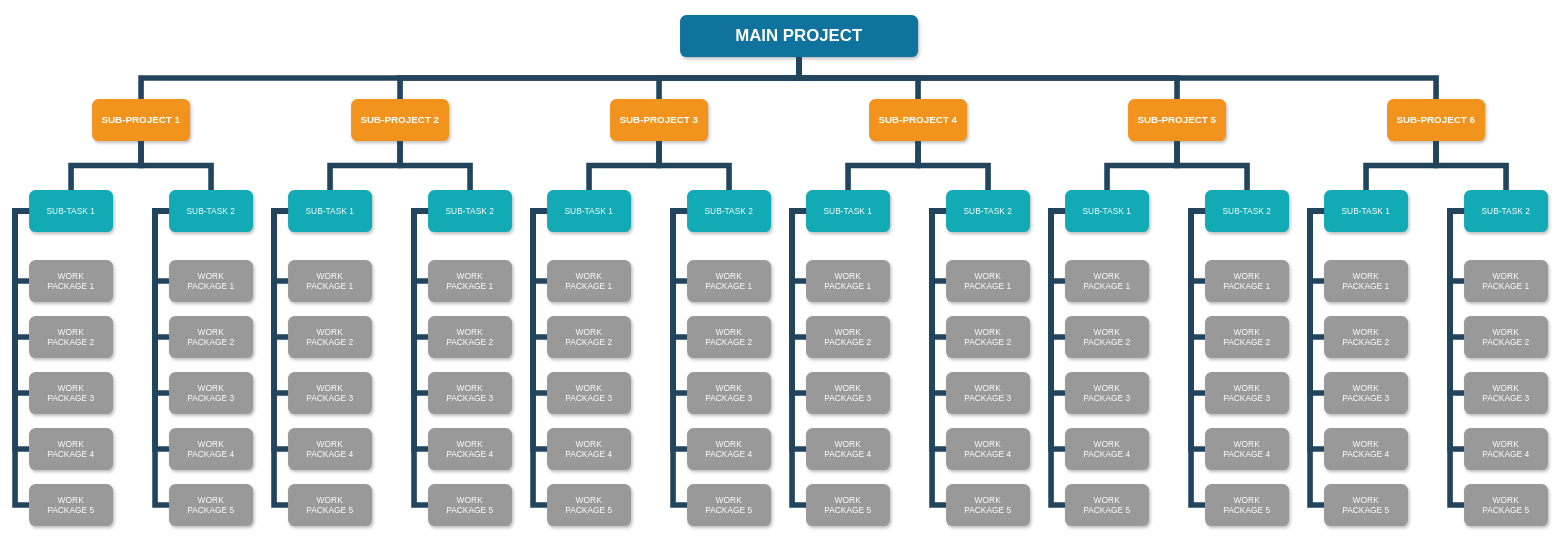
Earlier version of the draw.io diagram 未命名绘图.drawio (ctrlc/draw.io). Source tidied: cells renumbered, new cells numbered last; positions are measured from the earlier drawing's top-left corner, leaving out a move shared by most shapes. Both pictures are drawn from the tidied source at 70%, with x=0, y=0 at pixel (15, 15).
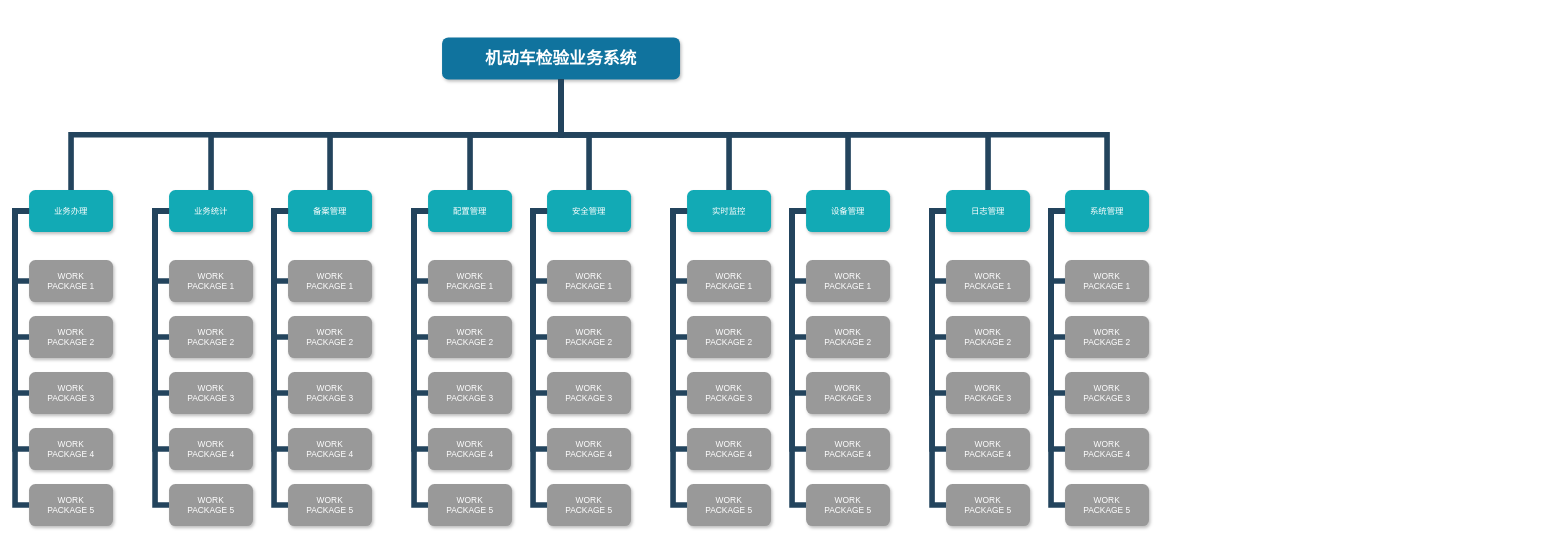
After the change.

Commit message (it also covers changes not shown here):
更新未命名绘图.drawio

Diff of the diagram source:
```diff
@@
-    <mxCell id="2" value="MAIN PROJECT" style="whiteSpace=wrap;rounded=1;shadow=1;fillColor=#10739E;strokeColor=none;fontColor=#FFFFFF;fontStyle=1;fontSize=24;" parent="1" vertex="1">
-      <mxGeometry x="950" width="340" height="60" as="geometry" />
+    <mxCell id="2" value="机动车检验业务系统" style="whiteSpace=wrap;rounded=1;shadow=1;fillColor=#10739E;strokeColor=none;fontColor=#FFFFFF;fontStyle=1;fontSize=24;" parent="1" vertex="1">
+      <mxGeometry x="610" y="32" width="340" height="60" as="geometry" />
     </mxCell>
-    <mxCell id="3" value="SUB-PROJECT 1" style="whiteSpace=wrap;rounded=1;fillColor=#F2931E;strokeColor=none;shadow=1;fontColor=#FFFFFF;fontStyle=1;fontSize=14;" parent="1" vertex="1">
-      <mxGeometry x="110" y="120" width="140" height="60" as="geometry" />
-    </mxCell>
-    <mxCell id="4" value="SUB-PROJECT 2" style="whiteSpace=wrap;rounded=1;fillColor=#F2931E;strokeColor=none;shadow=1;fontColor=#FFFFFF;fontStyle=1;fontSize=14;" parent="1" vertex="1">
-      <mxGeometry x="480" y="120" width="140" height="60" as="geometry" />
-    </mxCell>
-    <mxCell id="5" value="SUB-PROJECT 6" style="whiteSpace=wrap;rounded=1;fillColor=#F2931E;strokeColor=none;shadow=1;fontColor=#FFFFFF;fontStyle=1;fontSize=14;" parent="1" vertex="1">
-      <mxGeometry x="1960" y="120" width="140" height="60" as="geometry" />
-    </mxCell>
-    <mxCell id="6" value="SUB-PROJECT 3" style="whiteSpace=wrap;rounded=1;fillColor=#F2931E;strokeColor=none;shadow=1;fontColor=#FFFFFF;fontStyle=1;fontSize=14;" parent="1" vertex="1">
-      <mxGeometry x="850" y="120" width="140" height="60" as="geometry" />
-    </mxCell>
-    <mxCell id="7" value="SUB-PROJECT 4" style="whiteSpace=wrap;rounded=1;fillColor=#F2931E;strokeColor=none;shadow=1;fontColor=#FFFFFF;fontStyle=1;fontSize=14;" parent="1" vertex="1">
-      <mxGeometry x="1220" y="120" width="140" height="60" as="geometry" />
-    </mxCell>
-    <mxCell id="8" value="SUB-PROJECT 5" style="whiteSpace=wrap;rounded=1;fillColor=#F2931E;strokeColor=none;shadow=1;fontColor=#FFFFFF;fontStyle=1;fontSize=14;" parent="1" vertex="1">
-      <mxGeometry x="1590" y="120" width="140" height="60" as="geometry" />
-    </mxCell>
-    <mxCell id="9" value="SUB-TASK 1" style="whiteSpace=wrap;rounded=1;fillColor=#12AAB5;strokeColor=none;shadow=1;fontColor=#FFFFFF;" parent="1" vertex="1">
+    <mxCell id="9" value="业务办理" style="whiteSpace=wrap;rounded=1;fillColor=#12AAB5;strokeColor=none;shadow=1;fontColor=#FFFFFF;" parent="1" vertex="1">
       <mxGeometry x="20" y="250" width="120" height="60" as="geometry" />
     </mxCell>
-    <mxCell id="10" value="SUB-TASK 2" style="whiteSpace=wrap;rounded=1;fillColor=#12AAB5;strokeColor=none;shadow=1;fontColor=#FFFFFF;" parent="1" vertex="1">
+    <mxCell id="10" value="业务统计" style="whiteSpace=wrap;rounded=1;fillColor=#12AAB5;strokeColor=none;shadow=1;fontColor=#FFFFFF;" parent="1" vertex="1">
       <mxGeometry x="220" y="250" width="120" height="60" as="geometry" />
     </mxCell>
@@
-    <mxCell id="21" value="SUB-TASK 1" style="whiteSpace=wrap;rounded=1;fillColor=#12AAB5;strokeColor=none;shadow=1;fontColor=#FFFFFF;" parent="1" vertex="1">
+    <mxCell id="21" value="备案管理" style="whiteSpace=wrap;rounded=1;fillColor=#12AAB5;strokeColor=none;shadow=1;fontColor=#FFFFFF;" parent="1" vertex="1">
       <mxGeometry x="390" y="250" width="120" height="60" as="geometry" />
     </mxCell>
-    <mxCell id="22" value="SUB-TASK 2" style="whiteSpace=wrap;rounded=1;fillColor=#12AAB5;strokeColor=none;shadow=1;fontColor=#FFFFFF;" parent="1" vertex="1">
+    <mxCell id="22" value="配置管理" style="whiteSpace=wrap;rounded=1;fillColor=#12AAB5;strokeColor=none;shadow=1;fontColor=#FFFFFF;" parent="1" vertex="1">
       <mxGeometry x="590" y="250" width="120" height="60" as="geometry" />
     </mxCell>
@@
-    <mxCell id="33" style="edgeStyle=elbowEdgeStyle;elbow=vertical;rounded=0;fontColor=#000000;endArrow=none;endFill=0;strokeWidth=8;strokeColor=#23445D;" parent="1" edge="1" source="3" target="9">
-      <mxGeometry relative="1" as="geometry" />
-    </mxCell>
-    <mxCell id="34" style="edgeStyle=elbowEdgeStyle;elbow=vertical;rounded=0;fontColor=#000000;endArrow=none;endFill=0;strokeWidth=8;strokeColor=#23445D;" parent="1" edge="1" source="3" target="10">
-      <mxGeometry relative="1" as="geometry" />
-    </mxCell>
@@
-    <mxCell id="45" style="edgeStyle=elbowEdgeStyle;elbow=vertical;rounded=0;fontColor=#000000;endArrow=none;endFill=0;strokeWidth=8;strokeColor=#23445D;" parent="1" edge="1" source="4" target="21">
-      <mxGeometry relative="1" as="geometry" />
-    </mxCell>
-    <mxCell id="46" style="edgeStyle=elbowEdgeStyle;elbow=vertical;rounded=0;fontColor=#000000;endArrow=none;endFill=0;strokeWidth=8;strokeColor=#23445D;" parent="1" edge="1" source="4" target="22">
-      <mxGeometry relative="1" as="geometry" />
-    </mxCell>
@@
-    <mxCell id="57" value="SUB-TASK 1" style="whiteSpace=wrap;rounded=1;fillColor=#12AAB5;strokeColor=none;shadow=1;fontColor=#FFFFFF;" parent="1" vertex="1">
+    <mxCell id="57" value="安全管理" style="whiteSpace=wrap;rounded=1;fillColor=#12AAB5;strokeColor=none;shadow=1;fontColor=#FFFFFF;" parent="1" vertex="1">
       <mxGeometry x="760" y="250" width="120" height="60" as="geometry" />
     </mxCell>
-    <mxCell id="58" value="SUB-TASK 2" style="whiteSpace=wrap;rounded=1;fillColor=#12AAB5;strokeColor=none;shadow=1;fontColor=#FFFFFF;" parent="1" vertex="1">
+    <mxCell id="58" value="实时监控" style="whiteSpace=wrap;rounded=1;fillColor=#12AAB5;strokeColor=none;shadow=1;fontColor=#FFFFFF;" parent="1" vertex="1">
       <mxGeometry x="960" y="250" width="120" height="60" as="geometry" />
     </mxCell>
@@
-    <mxCell id="79" value="SUB-TASK 1" style="whiteSpace=wrap;rounded=1;fillColor=#12AAB5;strokeColor=none;shadow=1;fontColor=#FFFFFF;" parent="1" vertex="1">
+    <mxCell id="79" value="设备管理" style="whiteSpace=wrap;rounded=1;fillColor=#12AAB5;strokeColor=none;shadow=1;fontColor=#FFFFFF;" parent="1" vertex="1">
       <mxGeometry x="1130" y="250" width="120" height="60" as="geometry" />
     </mxCell>
-    <mxCell id="80" value="SUB-TASK 2" style="whiteSpace=wrap;rounded=1;fillColor=#12AAB5;strokeColor=none;shadow=1;fontColor=#FFFFFF;" parent="1" vertex="1">
+    <mxCell id="80" value="日志管理" style="whiteSpace=wrap;rounded=1;fillColor=#12AAB5;strokeColor=none;shadow=1;fontColor=#FFFFFF;" parent="1" vertex="1">
       <mxGeometry x="1330" y="250" width="120" height="60" as="geometry" />
     </mxCell>
@@
-    <mxCell id="101" value="SUB-TASK 1" style="whiteSpace=wrap;rounded=1;fillColor=#12AAB5;strokeColor=none;shadow=1;fontColor=#FFFFFF;" parent="1" vertex="1">
+    <mxCell id="101" value="系统管理" style="whiteSpace=wrap;rounded=1;fillColor=#12AAB5;strokeColor=none;shadow=1;fontColor=#FFFFFF;" parent="1" vertex="1">
       <mxGeometry x="1500" y="250" width="120" height="60" as="geometry" />
     </mxCell>
-    <mxCell id="102" value="SUB-TASK 2" style="whiteSpace=wrap;rounded=1;fillColor=#12AAB5;strokeColor=none;shadow=1;fontColor=#FFFFFF;" parent="1" vertex="1">
-      <mxGeometry x="1700" y="250" width="120" height="60" as="geometry" />
-    </mxCell>
@@
-    <mxCell id="108" value="WORK&#10;PACKAGE 1" style="whiteSpace=wrap;rounded=1;fillColor=#999999;strokeColor=none;shadow=1;fontColor=#FFFFFF;fontStyle=0;" parent="1" vertex="1">
-      <mxGeometry x="1700" y="350" width="120" height="60" as="geometry" />
-    </mxCell>
-    <mxCell id="109" value="WORK&#10;PACKAGE 2" style="whiteSpace=wrap;rounded=1;fillColor=#999999;strokeColor=none;shadow=1;fontColor=#FFFFFF;fontStyle=0;" parent="1" vertex="1">
-      <mxGeometry x="1700" y="430" width="120" height="60" as="geometry" />
-    </mxCell>
-    <mxCell id="110" value="WORK&#10;PACKAGE 3" style="whiteSpace=wrap;rounded=1;fillColor=#999999;strokeColor=none;shadow=1;fontColor=#FFFFFF;fontStyle=0;" parent="1" vertex="1">
-      <mxGeometry x="1700" y="510" width="120" height="60" as="geometry" />
-    </mxCell>
-    <mxCell id="111" value="WORK&#10;PACKAGE 4" style="whiteSpace=wrap;rounded=1;fillColor=#999999;strokeColor=none;shadow=1;fontColor=#FFFFFF;fontStyle=0;" parent="1" vertex="1">
-      <mxGeometry x="1700" y="590" width="120" height="60" as="geometry" />
-    </mxCell>
-    <mxCell id="112" value="WORK&#10;PACKAGE 5" style="whiteSpace=wrap;rounded=1;fillColor=#999999;strokeColor=none;shadow=1;fontColor=#FFFFFF;fontStyle=0;" parent="1" vertex="1">
-      <mxGeometry x="1700" y="670" width="120" height="60" as="geometry" />
-    </mxCell>
@@
-    <mxCell id="118" style="edgeStyle=elbowEdgeStyle;elbow=horizontal;rounded=0;fontColor=#000000;endArrow=none;endFill=0;strokeWidth=8;strokeColor=#23445D;" parent="1" edge="1" source="102" target="108">
-      <mxGeometry relative="1" as="geometry">
-        <Array as="points">
-          <mxPoint x="1680" y="330" />
-        </Array>
-      </mxGeometry>
-    </mxCell>
-    <mxCell id="119" style="edgeStyle=elbowEdgeStyle;elbow=horizontal;rounded=0;fontColor=#000000;endArrow=none;endFill=0;strokeWidth=8;strokeColor=#23445D;" parent="1" edge="1" source="102" target="109">
-      <mxGeometry relative="1" as="geometry">
-        <Array as="points">
-          <mxPoint x="1680" y="370" />
-        </Array>
-      </mxGeometry>
-    </mxCell>
-    <mxCell id="120" style="edgeStyle=elbowEdgeStyle;elbow=horizontal;rounded=0;fontColor=#000000;endArrow=none;endFill=0;strokeWidth=8;strokeColor=#23445D;" parent="1" edge="1" source="102" target="112">
-      <mxGeometry relative="1" as="geometry">
-        <Array as="points">
-          <mxPoint x="1680" y="490" />
-        </Array>
-      </mxGeometry>
-    </mxCell>
-    <mxCell id="121" style="edgeStyle=elbowEdgeStyle;elbow=horizontal;rounded=0;fontColor=#000000;endArrow=none;endFill=0;strokeWidth=8;strokeColor=#23445D;" parent="1" edge="1" source="102" target="111">
-      <mxGeometry relative="1" as="geometry">
-        <Array as="points">
-          <mxPoint x="1680" y="450" />
-        </Array>
-      </mxGeometry>
-    </mxCell>
-    <mxCell id="122" style="edgeStyle=elbowEdgeStyle;elbow=horizontal;rounded=0;fontColor=#000000;endArrow=none;endFill=0;strokeWidth=8;strokeColor=#23445D;" parent="1" edge="1" source="102" target="110">
-      <mxGeometry relative="1" as="geometry">
-        <Array as="points">
-          <mxPoint x="1680" y="420" />
-        </Array>
-      </mxGeometry>
-    </mxCell>
-    <mxCell id="123" value="SUB-TASK 1" style="whiteSpace=wrap;rounded=1;fillColor=#12AAB5;strokeColor=none;shadow=1;fontColor=#FFFFFF;" parent="1" vertex="1">
-      <mxGeometry x="1870" y="250" width="120" height="60" as="geometry" />
-    </mxCell>
-    <mxCell id="124" value="SUB-TASK 2" style="whiteSpace=wrap;rounded=1;fillColor=#12AAB5;strokeColor=none;shadow=1;fontColor=#FFFFFF;" parent="1" vertex="1">
-      <mxGeometry x="2070" y="250" width="120" height="60" as="geometry" />
-    </mxCell>
-    <mxCell id="125" value="WORK&#10;PACKAGE 1" style="whiteSpace=wrap;rounded=1;fillColor=#999999;strokeColor=none;shadow=1;fontColor=#FFFFFF;fontStyle=0;" parent="1" vertex="1">
-      <mxGeometry x="1870" y="350" width="120" height="60" as="geometry" />
-    </mxCell>
-    <mxCell id="126" value="WORK&#10;PACKAGE 2" style="whiteSpace=wrap;rounded=1;fillColor=#999999;strokeColor=none;shadow=1;fontColor=#FFFFFF;fontStyle=0;" parent="1" vertex="1">
-      <mxGeometry x="1870" y="430" width="120" height="60" as="geometry" />
-    </mxCell>
-    <mxCell id="127" value="WORK&#10;PACKAGE 3" style="whiteSpace=wrap;rounded=1;fillColor=#999999;strokeColor=none;shadow=1;fontColor=#FFFFFF;fontStyle=0;" parent="1" vertex="1">
-      <mxGeometry x="1870" y="510" width="120" height="60" as="geometry" />
-    </mxCell>
-    <mxCell id="128" value="WORK&#10;PACKAGE 4" style="whiteSpace=wrap;rounded=1;fillColor=#999999;strokeColor=none;shadow=1;fontColor=#FFFFFF;fontStyle=0;" parent="1" vertex="1">
-      <mxGeometry x="1870" y="590" width="120" height="60" as="geometry" />
-    </mxCell>
-    <mxCell id="129" value="WORK&#10;PACKAGE 5" style="whiteSpace=wrap;rounded=1;fillColor=#999999;strokeColor=none;shadow=1;fontColor=#FFFFFF;fontStyle=0;" parent="1" vertex="1">
-      <mxGeometry x="1870" y="670" width="120" height="60" as="geometry" />
-    </mxCell>
-    <mxCell id="130" value="WORK&#10;PACKAGE 1" style="whiteSpace=wrap;rounded=1;fillColor=#999999;strokeColor=none;shadow=1;fontColor=#FFFFFF;fontStyle=0;" parent="1" vertex="1">
-      <mxGeometry x="2070" y="350" width="120" height="60" as="geometry" />
-    </mxCell>
-    <mxCell id="131" value="WORK&#10;PACKAGE 2" style="whiteSpace=wrap;rounded=1;fillColor=#999999;strokeColor=none;shadow=1;fontColor=#FFFFFF;fontStyle=0;" parent="1" vertex="1">
-      <mxGeometry x="2070" y="430" width="120" height="60" as="geometry" />
-    </mxCell>
-    <mxCell id="132" value="WORK&#10;PACKAGE 3" style="whiteSpace=wrap;rounded=1;fillColor=#999999;strokeColor=none;shadow=1;fontColor=#FFFFFF;fontStyle=0;" parent="1" vertex="1">
-      <mxGeometry x="2070" y="510" width="120" height="60" as="geometry" />
-    </mxCell>
-    <mxCell id="133" value="WORK&#10;PACKAGE 4" style="whiteSpace=wrap;rounded=1;fillColor=#999999;strokeColor=none;shadow=1;fontColor=#FFFFFF;fontStyle=0;" parent="1" vertex="1">
-      <mxGeometry x="2070" y="590" width="120" height="60" as="geometry" />
-    </mxCell>
-    <mxCell id="134" value="WORK&#10;PACKAGE 5" style="whiteSpace=wrap;rounded=1;fillColor=#999999;strokeColor=none;shadow=1;fontColor=#FFFFFF;fontStyle=0;" parent="1" vertex="1">
-      <mxGeometry x="2070" y="670" width="120" height="60" as="geometry" />
-    </mxCell>
-    <mxCell id="135" style="edgeStyle=elbowEdgeStyle;elbow=horizontal;rounded=0;fontColor=#000000;endArrow=none;endFill=0;strokeWidth=8;strokeColor=#23445D;" parent="1" edge="1" source="123" target="125">
-      <mxGeometry relative="1" as="geometry">
-        <Array as="points">
-          <mxPoint x="1850" y="330" />
-        </Array>
-      </mxGeometry>
-    </mxCell>
-    <mxCell id="136" style="edgeStyle=elbowEdgeStyle;elbow=horizontal;rounded=0;fontColor=#000000;endArrow=none;endFill=0;strokeWidth=8;strokeColor=#23445D;" parent="1" edge="1" source="123" target="126">
-      <mxGeometry relative="1" as="geometry">
-        <Array as="points">
-          <mxPoint x="1850" y="370" />
-        </Array>
-      </mxGeometry>
-    </mxCell>
-    <mxCell id="137" style="edgeStyle=elbowEdgeStyle;elbow=horizontal;rounded=0;fontColor=#000000;endArrow=none;endFill=0;strokeWidth=8;strokeColor=#23445D;" parent="1" edge="1" source="123" target="129">
-      <mxGeometry relative="1" as="geometry">
-        <Array as="points">
-          <mxPoint x="1850" y="500" />
-        </Array>
-      </mxGeometry>
-    </mxCell>
-    <mxCell id="138" style="edgeStyle=elbowEdgeStyle;elbow=horizontal;rounded=0;fontColor=#000000;endArrow=none;endFill=0;strokeWidth=8;strokeColor=#23445D;" parent="1" edge="1" source="123" target="128">
-      <mxGeometry relative="1" as="geometry">
-        <Array as="points">
-          <mxPoint x="1850" y="450" />
-        </Array>
-      </mxGeometry>
-    </mxCell>
-    <mxCell id="139" style="edgeStyle=elbowEdgeStyle;elbow=horizontal;rounded=0;fontColor=#000000;endArrow=none;endFill=0;strokeWidth=8;strokeColor=#23445D;" parent="1" edge="1" source="123" target="127">
-      <mxGeometry relative="1" as="geometry">
-        <Array as="points">
-          <mxPoint x="1850" y="420" />
-        </Array>
-      </mxGeometry>
-    </mxCell>
-    <mxCell id="140" style="edgeStyle=elbowEdgeStyle;elbow=horizontal;rounded=0;fontColor=#000000;endArrow=none;endFill=0;strokeWidth=8;strokeColor=#23445D;" parent="1" edge="1" source="124" target="130">
-      <mxGeometry relative="1" as="geometry">
-        <Array as="points">
-          <mxPoint x="2050" y="330" />
-        </Array>
-      </mxGeometry>
-    </mxCell>
-    <mxCell id="141" style="edgeStyle=elbowEdgeStyle;elbow=horizontal;rounded=0;fontColor=#000000;endArrow=none;endFill=0;strokeWidth=8;strokeColor=#23445D;" parent="1" edge="1" source="124" target="131">
-      <mxGeometry relative="1" as="geometry">
-        <Array as="points">
-          <mxPoint x="2050" y="370" />
-        </Array>
-      </mxGeometry>
-    </mxCell>
-    <mxCell id="142" style="edgeStyle=elbowEdgeStyle;elbow=horizontal;rounded=0;fontColor=#000000;endArrow=none;endFill=0;strokeWidth=8;strokeColor=#23445D;" parent="1" edge="1" source="124" target="134">
-      <mxGeometry relative="1" as="geometry">
-        <Array as="points">
-          <mxPoint x="2050" y="490" />
-        </Array>
-      </mxGeometry>
-    </mxCell>
-    <mxCell id="143" style="edgeStyle=elbowEdgeStyle;elbow=horizontal;rounded=0;fontColor=#000000;endArrow=none;endFill=0;strokeWidth=8;strokeColor=#23445D;" parent="1" edge="1" source="124" target="133">
-      <mxGeometry relative="1" as="geometry">
-        <Array as="points">
-          <mxPoint x="2050" y="450" />
-        </Array>
-      </mxGeometry>
-    </mxCell>
-    <mxCell id="144" style="edgeStyle=elbowEdgeStyle;elbow=horizontal;rounded=0;fontColor=#000000;endArrow=none;endFill=0;strokeWidth=8;strokeColor=#23445D;" parent="1" edge="1" source="124" target="132">
-      <mxGeometry relative="1" as="geometry">
-        <Array as="points">
-          <mxPoint x="2050" y="420" />
-        </Array>
-      </mxGeometry>
-    </mxCell>
-    <mxCell id="145" style="edgeStyle=elbowEdgeStyle;elbow=vertical;rounded=0;fontColor=#000000;endArrow=none;endFill=0;strokeWidth=8;strokeColor=#23445D;" parent="1" edge="1" source="6" target="57">
-      <mxGeometry relative="1" as="geometry" />
-    </mxCell>
-    <mxCell id="146" style="edgeStyle=elbowEdgeStyle;elbow=vertical;rounded=0;fontColor=#000000;endArrow=none;endFill=0;strokeWidth=8;strokeColor=#23445D;" parent="1" edge="1" source="6" target="58">
-      <mxGeometry relative="1" as="geometry" />
-    </mxCell>
-    <mxCell id="147" style="edgeStyle=elbowEdgeStyle;elbow=vertical;rounded=0;fontColor=#000000;endArrow=none;endFill=0;strokeWidth=8;strokeColor=#23445D;" parent="1" edge="1" source="7" target="79">
-      <mxGeometry relative="1" as="geometry" />
-    </mxCell>
-    <mxCell id="148" style="edgeStyle=elbowEdgeStyle;elbow=vertical;rounded=0;fontColor=#000000;endArrow=none;endFill=0;strokeWidth=8;strokeColor=#23445D;" parent="1" edge="1" source="7" target="80">
-      <mxGeometry relative="1" as="geometry" />
-    </mxCell>
-    <mxCell id="149" style="edgeStyle=elbowEdgeStyle;elbow=vertical;rounded=0;fontColor=#000000;endArrow=none;endFill=0;strokeWidth=8;strokeColor=#23445D;" parent="1" edge="1" source="8" target="101">
-      <mxGeometry relative="1" as="geometry" />
-    </mxCell>
-    <mxCell id="150" style="edgeStyle=elbowEdgeStyle;elbow=vertical;rounded=0;fontColor=#000000;endArrow=none;endFill=0;strokeWidth=8;strokeColor=#23445D;" parent="1" edge="1" source="8" target="102">
-      <mxGeometry relative="1" as="geometry" />
-    </mxCell>
-    <mxCell id="151" style="edgeStyle=elbowEdgeStyle;elbow=vertical;rounded=0;fontColor=#000000;endArrow=none;endFill=0;strokeWidth=8;strokeColor=#23445D;" parent="1" edge="1" source="5" target="123">
-      <mxGeometry relative="1" as="geometry" />
-    </mxCell>
-    <mxCell id="152" style="edgeStyle=elbowEdgeStyle;elbow=vertical;rounded=0;fontColor=#000000;endArrow=none;endFill=0;strokeWidth=8;strokeColor=#23445D;" parent="1" edge="1" source="5" target="124">
-      <mxGeometry relative="1" as="geometry" />
-    </mxCell>
-    <mxCell id="153" style="edgeStyle=elbowEdgeStyle;elbow=vertical;rounded=0;fontColor=#000000;endArrow=none;endFill=0;strokeWidth=8;strokeColor=#23445D;" parent="1" edge="1" source="2" target="3">
+    <mxCell id="153" style="edgeStyle=elbowEdgeStyle;elbow=vertical;rounded=0;fontColor=#000000;endArrow=none;endFill=0;strokeWidth=8;strokeColor=#23445D;entryX=0.5;entryY=0;entryDx=0;entryDy=0;" parent="1" edge="1" source="2" target="9">
       <mxGeometry relative="1" as="geometry" />
     </mxCell>
-    <mxCell id="154" style="edgeStyle=elbowEdgeStyle;elbow=vertical;rounded=0;fontColor=#000000;endArrow=none;endFill=0;strokeWidth=8;strokeColor=#23445D;" parent="1" edge="1" source="2" target="4">
-      <mxGeometry relative="1" as="geometry" />
-    </mxCell>
-    <mxCell id="155" style="edgeStyle=elbowEdgeStyle;elbow=vertical;rounded=0;fontColor=#000000;endArrow=none;endFill=0;strokeWidth=8;strokeColor=#23445D;" parent="1" edge="1" source="2" target="6">
-      <mxGeometry relative="1" as="geometry" />
-    </mxCell>
-    <mxCell id="156" style="edgeStyle=elbowEdgeStyle;elbow=vertical;rounded=0;fontColor=#000000;endArrow=none;endFill=0;strokeWidth=8;strokeColor=#23445D;" parent="1" edge="1" source="2" target="7">
-      <mxGeometry relative="1" as="geometry" />
-    </mxCell>
-    <mxCell id="157" style="edgeStyle=elbowEdgeStyle;elbow=vertical;rounded=0;fontColor=#000000;endArrow=none;endFill=0;strokeWidth=8;strokeColor=#23445D;" parent="1" edge="1" source="2" target="8">
-      <mxGeometry relative="1" as="geometry" />
-    </mxCell>
-    <mxCell id="158" style="edgeStyle=elbowEdgeStyle;elbow=vertical;rounded=0;fontColor=#000000;endArrow=none;endFill=0;strokeWidth=8;strokeColor=#23445D;" parent="1" edge="1" source="2" target="5">
+    <mxCell id="158" style="edgeStyle=elbowEdgeStyle;elbow=vertical;rounded=0;fontColor=#000000;endArrow=none;endFill=0;strokeWidth=8;strokeColor=#23445D;entryX=0.5;entryY=0;entryDx=0;entryDy=0;" parent="1" edge="1" source="2" target="101">
       <mxGeometry relative="1" as="geometry" />
     </mxCell>
+    <mxCell id="159" style="edgeStyle=elbowEdgeStyle;elbow=vertical;rounded=0;fontColor=#000000;endArrow=none;endFill=0;strokeWidth=8;strokeColor=#23445D;entryX=0.5;entryY=0;entryDx=0;entryDy=0;" parent="1" edge="1" source="2" target="80">
+      <mxGeometry relative="1" as="geometry" />
+    </mxCell>
+    <mxCell id="160" style="edgeStyle=elbowEdgeStyle;elbow=vertical;rounded=0;fontColor=#000000;endArrow=none;endFill=0;strokeWidth=8;strokeColor=#23445D;entryX=0.5;entryY=0;entryDx=0;entryDy=0;" parent="1" edge="1" source="2" target="79">
+      <mxGeometry relative="1" as="geometry" />
+    </mxCell>
+    <mxCell id="161" style="edgeStyle=elbowEdgeStyle;elbow=vertical;rounded=0;fontColor=#000000;endArrow=none;endFill=0;strokeWidth=8;strokeColor=#23445D;entryX=0.5;entryY=0;entryDx=0;entryDy=0;" parent="1" edge="1" source="2" target="58">
+      <mxGeometry relative="1" as="geometry" />
+    </mxCell>
+    <mxCell id="162" style="edgeStyle=elbowEdgeStyle;elbow=vertical;rounded=0;fontColor=#000000;endArrow=none;endFill=0;strokeWidth=8;strokeColor=#23445D;entryX=0.5;entryY=0;entryDx=0;entryDy=0;" parent="1" edge="1" source="2" target="57">
+      <mxGeometry relative="1" as="geometry" />
+    </mxCell>
+    <mxCell id="163" style="edgeStyle=elbowEdgeStyle;elbow=vertical;rounded=0;fontColor=#000000;endArrow=none;endFill=0;strokeWidth=8;strokeColor=#23445D;entryX=0.5;entryY=0;entryDx=0;entryDy=0;" parent="1" edge="1" source="2" target="22">
+      <mxGeometry relative="1" as="geometry" />
+    </mxCell>
+    <mxCell id="164" style="edgeStyle=elbowEdgeStyle;elbow=vertical;rounded=0;fontColor=#000000;endArrow=none;endFill=0;strokeWidth=8;strokeColor=#23445D;entryX=0.5;entryY=0;entryDx=0;entryDy=0;" parent="1" edge="1" source="2" target="21">
+      <mxGeometry relative="1" as="geometry" />
+    </mxCell>
+    <mxCell id="165" style="edgeStyle=elbowEdgeStyle;elbow=vertical;rounded=0;fontColor=#000000;endArrow=none;endFill=0;strokeWidth=8;strokeColor=#23445D;entryX=0.5;entryY=0;entryDx=0;entryDy=0;" parent="1" edge="1" source="2" target="10">
+      <mxGeometry relative="1" as="geometry" />
+    </mxCell>
```
